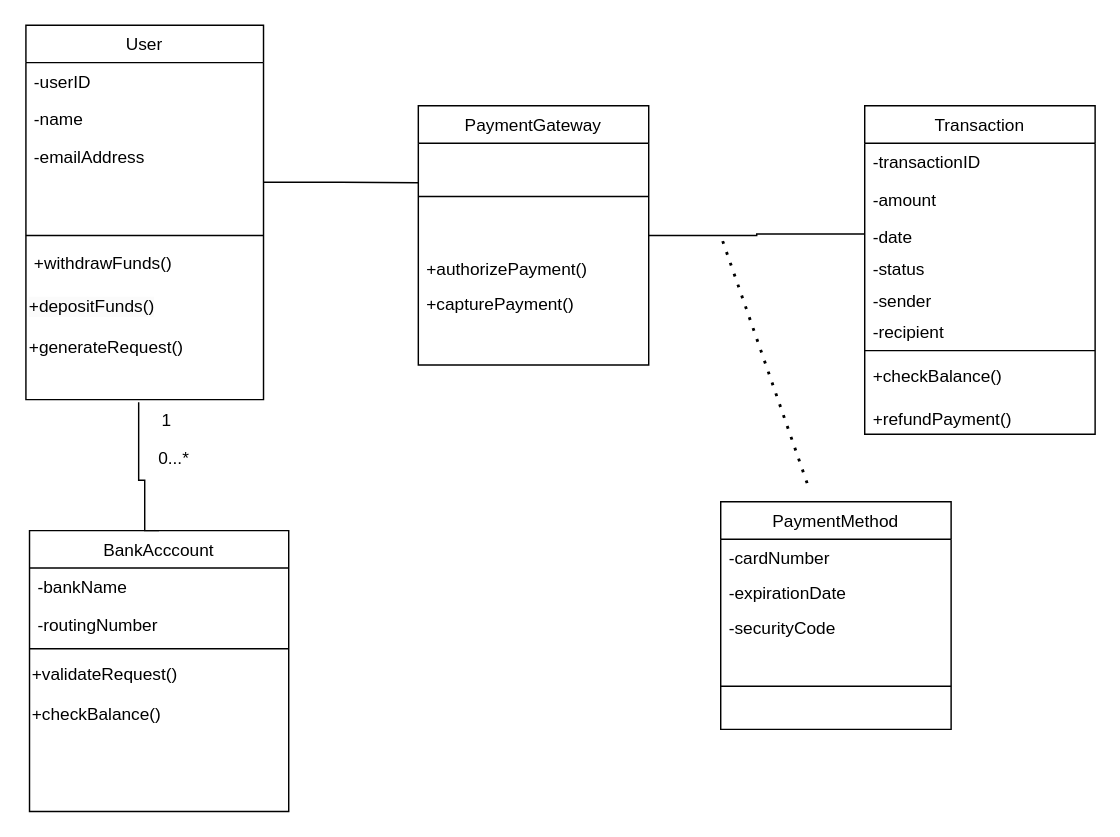
Above: designclassdiagram.drawio in LordDdanielHan/test (draw.io), before the change. Source tidied: cells renumbered, new cells numbered last; positions are measured from the earlier drawing's top-left corner, leaving out a move shared by most shapes. Both pictures are drawn from the tidied source at 144%, with x=0, y=0 at pixel (26, 24).
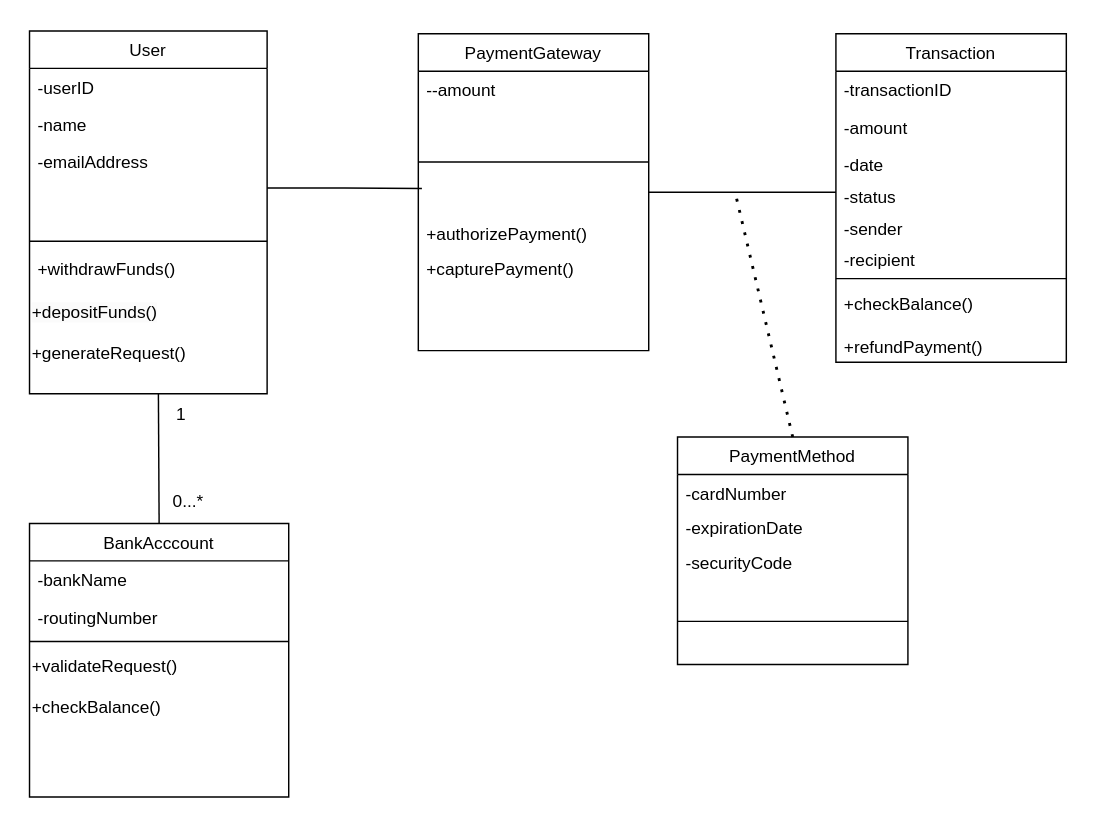
The same page after the edit.

Unchanged cells that the change refers to:
```xml
<mxCell id="21" value="-date&#10;" style="text;align=left;verticalAlign=top;spacingLeft=4;spacingRight=4;overflow=hidden;points=[[0,0.5],[1,0.5]];portConstraint=eastwest;rounded=0;shadow=0;html=0;" parent="18" vertex="1">
  <mxGeometry y="78" width="160" height="22" as="geometry" />
</mxCell>
```

What changed in the source:
```diff
@@
     <mxCell id="2" value="User" style="swimlane;fontStyle=0;align=center;verticalAlign=top;horizontal=1;startSize=26;rounded=0;shadow=0;strokeWidth=1;" parent="1" vertex="1">
-      <mxGeometry x="-0.5" width="165" height="260" as="geometry" />
+      <mxGeometry x="2" y="4" width="165" height="252" as="geometry" />
     </mxCell>
@@
     <mxCell id="11" value="BankAcccount" style="swimlane;fontStyle=0;align=center;verticalAlign=top;horizontal=1;startSize=26;rounded=0;shadow=0;strokeWidth=1;" parent="1" vertex="1">
-      <mxGeometry x="2" y="351" width="180" height="195" as="geometry" />
+      <mxGeometry x="2" y="346" width="180" height="190" as="geometry" />
     </mxCell>
@@
-    <mxCell id="17" style="edgeStyle=orthogonalEdgeStyle;rounded=0;jettySize=auto;html=1;exitX=0.5;exitY=0;exitDx=0;exitDy=0;endArrow=none;endFill=0;entryX=-0.14;entryY=0.063;entryDx=0;entryDy=0;entryPerimeter=0;" parent="1" edge="1" source="11" target="39">
-      <mxGeometry relative="1" as="geometry">
-        <Array as="points">
-          <mxPoint x="82" y="316" />
-          <mxPoint x="78" y="316" />
-        </Array>
-      </mxGeometry>
-    </mxCell>
     <mxCell id="18" value="Transaction" style="swimlane;fontStyle=0;align=center;verticalAlign=top;horizontal=1;startSize=26;rounded=0;shadow=0;strokeWidth=1;" parent="1" vertex="1">
-      <mxGeometry x="582" y="56" width="160" height="228" as="geometry" />
+      <mxGeometry x="562" y="6" width="160" height="228" as="geometry" />
     </mxCell>
@@
     <mxCell id="28" value="PaymentMethod" style="swimlane;fontStyle=0;align=center;verticalAlign=top;horizontal=1;startSize=26;rounded=0;shadow=0;strokeWidth=1;" parent="1" vertex="1">
-      <mxGeometry x="482" y="331" width="160" height="158" as="geometry" />
+      <mxGeometry x="452" y="286" width="160" height="158" as="geometry" />
     </mxCell>
@@
-    <mxCell id="33" style="edgeStyle=orthogonalEdgeStyle;rounded=0;jettySize=auto;html=1;exitX=1;exitY=0.5;exitDx=0;exitDy=0;entryX=0;entryY=0.5;entryDx=0;entryDy=0;endArrow=none;endFill=0;" parent="1" edge="1" source="34" target="21">
-      <mxGeometry relative="1" as="geometry" />
-    </mxCell>
+    <mxCell id="41" style="edgeStyle=orthogonalEdgeStyle;rounded=0;jettySize=auto;html=1;endArrow=none;endFill=0;" parent="1" edge="1" source="34">
+      <mxGeometry relative="1" as="geometry">
+        <mxPoint x="562" y="116" as="targetPoint" />
+      </mxGeometry>
+    </mxCell>
     <mxCell id="34" value="PaymentGateway" style="swimlane;fontStyle=0;align=center;verticalAlign=top;horizontal=1;startSize=26;rounded=0;shadow=0;strokeWidth=1;" parent="1" vertex="1">
-      <mxGeometry x="272" y="56" width="160" height="180" as="geometry" />
+      <mxGeometry x="272" y="6" width="160" height="220" as="geometry" />
     </mxCell>
+    <mxCell id="42" value="--amount" style="text;align=left;verticalAlign=top;spacingLeft=4;spacingRight=4;overflow=hidden;" parent="34" vertex="1">
+      <mxGeometry y="26" width="160" height="26" as="geometry" />
+    </mxCell>
     <mxCell id="35" style="line;html=1;strokeWidth=1;align=left;verticalAlign=middle;spacingTop=-1;spacingLeft=3;spacingRight=3;labelPosition=right;" parent="34" vertex="1">
-      <mxGeometry y="26" width="160" height="74" as="geometry" />
+      <mxGeometry y="52" width="160" height="74" as="geometry" />
     </mxCell>
     <mxCell id="36" value="+authorizePayment()" style="text;align=left;verticalAlign=top;spacingLeft=4;spacingRight=4;overflow=hidden;" parent="34" vertex="1">
-      <mxGeometry y="100" width="160" height="24" as="geometry" />
+      <mxGeometry y="126" width="160" height="24" as="geometry" />
     </mxCell>
     <mxCell id="37" value="+capturePayment()" style="text;align=left;verticalAlign=top;spacingLeft=4;spacingRight=4;overflow=hidden;" parent="34" vertex="1">
-      <mxGeometry y="124" width="160" height="24" as="geometry" />
+      <mxGeometry y="150" width="160" height="24" as="geometry" />
     </mxCell>
-    <mxCell id="38" style="endArrow=none;dashed=1;html=1;dashPattern=1 3;strokeWidth=2;rounded=0;exitX=0.25;exitY=0;exitDx=0;exitDy=0;" parent="1" edge="1">
+    <mxCell id="38" style="endArrow=none;dashed=1;html=1;dashPattern=1 3;strokeWidth=2;rounded=0;exitX=0.5;exitY=0;exitDx=0;exitDy=0;" parent="1" edge="1" source="28">
       <mxGeometry relative="1" as="geometry">
-        <mxPoint x="542" y="318" as="sourcePoint" />
-        <mxPoint x="482" y="146" as="targetPoint" />
+        <mxPoint x="492" y="116" as="targetPoint" />
       </mxGeometry>
     </mxCell>
     <mxCell id="39" value="1" style="text;html=1;align=center;verticalAlign=middle;points=[];strokeColor=none;fillColor=none;" parent="1" vertex="1">
-      <mxGeometry x="82" y="260" width="30" height="30" as="geometry" />
+      <mxGeometry x="92" y="256" width="30" height="30" as="geometry" />
     </mxCell>
     <mxCell id="40" value="0...*" style="text;html=1;align=center;verticalAlign=middle;strokeColor=none;fillColor=none;" parent="1" vertex="1">
-      <mxGeometry x="82" y="286" width="40" height="30" as="geometry" />
+      <mxGeometry x="92" y="316" width="40" height="30" as="geometry" />
     </mxCell>
+    <mxCell id="43" style="edgeStyle=orthogonalEdgeStyle;rounded=0;jettySize=auto;html=1;entryX=0.333;entryY=0.2;entryDx=0;entryDy=0;entryPerimeter=0;endArrow=none;endFill=0;exitX=0.5;exitY=0;exitDx=0;exitDy=0;" parent="1" edge="1" source="11">
+      <mxGeometry relative="1" as="geometry">
+        <mxPoint x="91.5" y="256" as="targetPoint" />
+      </mxGeometry>
+    </mxCell>
```
